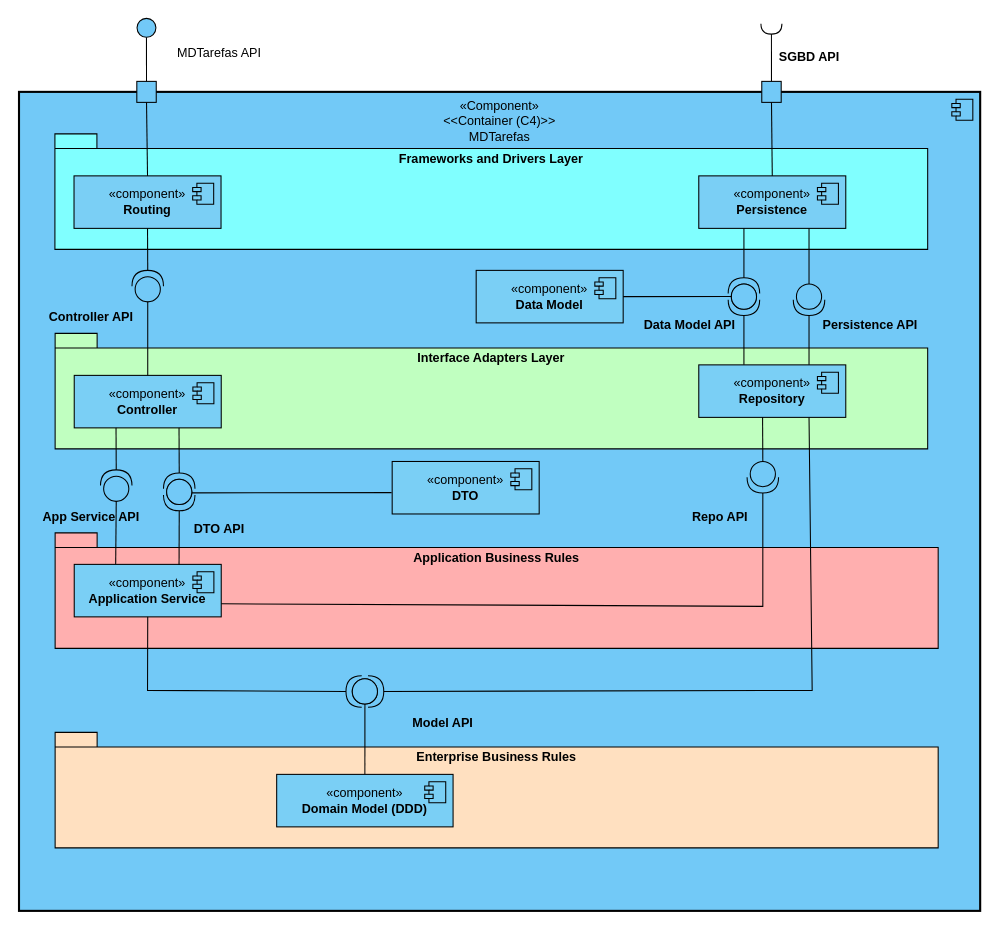
Above: docs/Sprint_C/N3/VL_MDTarefas.drawio in SEM5PI2324G58/sem5pi_g58_23_24 (draw.io), before the change. Source tidied: cells renumbered, new cells numbered last; positions are measured from the earlier drawing's top-left corner, leaving out a move shared by most shapes. Both pictures are drawn from the tidied source at 105%, with x=0, y=0 at pixel (19, 18).
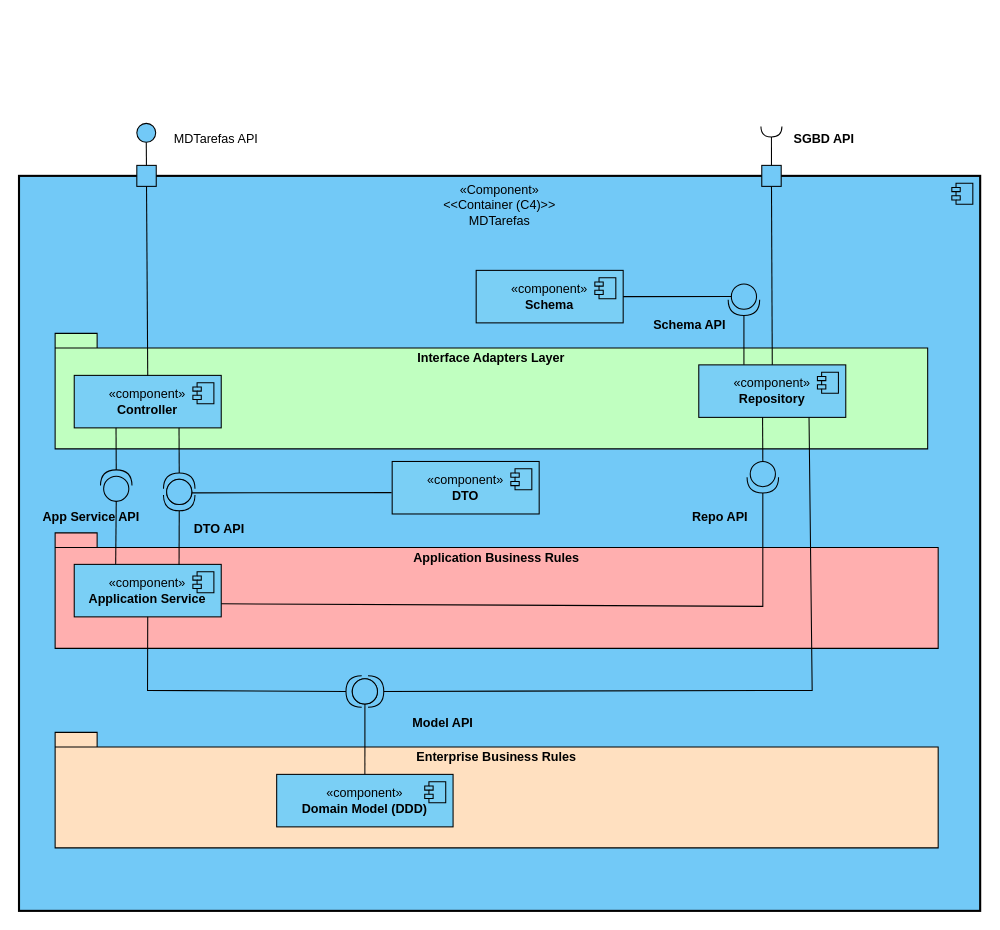
After the change.

Unchanged cells that the change refers to:
```xml
<mxCell id="14" value="«component»&lt;br&gt;&lt;b&gt;Controller&lt;/b&gt;" style="html=1;whiteSpace=wrap;fillColor=#7ACFF5;" parent="1" vertex="1">
  <mxGeometry x="52.2" y="340" width="140" height="50" as="geometry" />
</mxCell>
<mxCell id="19" value="«component»&lt;br&gt;&lt;b&gt;Repository&lt;/b&gt;" style="html=1;whiteSpace=wrap;fillColor=#7ACFF5;" parent="1" vertex="1">
  <mxGeometry x="647" y="330" width="140" height="50" as="geometry" />
</mxCell>
```

The edit, as a diff of the source:
```diff
@@
     <mxCell id="2" value="«Component»&lt;br&gt;&amp;lt;&amp;lt;Container (C4)&amp;gt;&amp;gt;&lt;br&gt;MDTarefas" style="html=1;whiteSpace=wrap;verticalAlign=top;fillColor=#72C9F7;strokeColor=#000000;strokeWidth=2;" parent="1" vertex="1">
-      <mxGeometry x="-0.4" y="70" width="915.4" height="780" as="geometry" />
+      <mxGeometry x="-0.4" y="150" width="915.4" height="700" as="geometry" />
     </mxCell>
@@
     <mxCell id="4" style="html=1;rounded=0;fillColor=#72C9F7;" parent="1" vertex="1">
-      <mxGeometry x="111.8" y="60" width="18.5" height="20" as="geometry" />
+      <mxGeometry x="111.8" y="140" width="18.5" height="20" as="geometry" />
     </mxCell>
@@
     <mxCell id="6" style="ellipse;html=1;fontSize=11;align=center;fillColor=#72C9F7;points=[];verticalAlign=bottom;labelPosition=center;verticalLabelPosition=top;flipH=1;rotation=0;" parent="1" vertex="1">
-      <mxGeometry x="112" width="18" height="18" as="geometry" />
+      <mxGeometry x="111.8" y="100" width="18" height="18" as="geometry" />
     </mxCell>
     <mxCell id="7" value="MDTarefas API" style="text;html=1;align=center;verticalAlign=middle;strokeColor=none;fillColor=none;" parent="1" vertex="1">
-      <mxGeometry x="140" y="18" width="100" height="30" as="geometry" />
+      <mxGeometry x="137.2" y="100" width="100" height="30" as="geometry" />
     </mxCell>
-    <mxCell id="8" value="Frameworks and Drivers Layer" style="shape=folder;fontStyle=1;spacingTop=10;tabWidth=40;tabHeight=14;tabPosition=left;html=1;whiteSpace=wrap;verticalAlign=top;fillColor=#80ffff;" parent="1" vertex="1">
-      <mxGeometry x="33.8" y="110" width="831.2" height="110" as="geometry" />
-    </mxCell>
-    <mxCell id="9" value="«component»&lt;br&gt;&lt;b&gt;Routing&lt;/b&gt;" style="html=1;whiteSpace=wrap;fillColor=#7ACFF5;" parent="1" vertex="1">
-      <mxGeometry x="52" y="150" width="140" height="50" as="geometry" />
-    </mxCell>
-    <mxCell id="10" style="shape=module;jettyWidth=8;jettyHeight=4;fillColor=#7ACFF5;" parent="9" vertex="1">
-      <mxGeometry x="1" width="20" height="20" relative="1" as="geometry">
-        <mxPoint x="-27" y="7" as="offset" />
-      </mxGeometry>
-    </mxCell>
-    <mxCell id="11" value="«component»&lt;br&gt;&lt;b&gt;Persistence&lt;/b&gt;" style="html=1;whiteSpace=wrap;fillColor=#7ACFF5;" parent="1" vertex="1">
-      <mxGeometry x="647" y="150" width="140" height="50" as="geometry" />
-    </mxCell>
-    <mxCell id="12" style="shape=module;jettyWidth=8;jettyHeight=4;fillColor=#7ACFF5;" parent="11" vertex="1">
-      <mxGeometry x="1" width="20" height="20" relative="1" as="geometry">
-        <mxPoint x="-27" y="7" as="offset" />
-      </mxGeometry>
-    </mxCell>
@@
-    <mxCell id="16" style="shape=providedRequiredInterface;html=1;verticalLabelPosition=bottom;sketch=0;rotation=-90;fillColor=#72c9f7;" parent="1" vertex="1">
-      <mxGeometry x="107.2" y="240" width="30" height="30" as="geometry" />
-    </mxCell>
-    <mxCell id="17" style="endArrow=none;html=1;rounded=0;exitX=1;exitY=0.5;exitDx=0;exitDy=0;exitPerimeter=0;entryX=0.5;entryY=1;entryDx=0;entryDy=0;" parent="1" edge="1" source="16" target="9">
-      <mxGeometry relative="1" as="geometry" />
-    </mxCell>
-    <mxCell id="18" style="endArrow=none;html=1;rounded=0;exitX=0.5;exitY=0;exitDx=0;exitDy=0;entryX=0;entryY=0.5;entryDx=0;entryDy=0;entryPerimeter=0;" parent="1" edge="1" source="14" target="16">
+    <mxCell id="18" style="endArrow=none;html=1;rounded=0;exitX=0.5;exitY=0;exitDx=0;exitDy=0;entryX=0.5;entryY=1;entryDx=0;entryDy=0;" parent="1" edge="1" source="14" target="4">
       <mxGeometry relative="1" as="geometry" />
     </mxCell>
@@
-    <mxCell id="43" value="Controller API" style="text;html=1;align=center;verticalAlign=middle;strokeColor=none;fillColor=none;fontStyle=1;" parent="1" vertex="1">
-      <mxGeometry x="18.2" y="270" width="100" height="30" as="geometry" />
-    </mxCell>
@@
-    <mxCell id="50" style="shape=providedRequiredInterface;html=1;verticalLabelPosition=bottom;sketch=0;rotation=90;fillColor=#72c9f7;" parent="1" vertex="1">
-      <mxGeometry x="737" y="253" width="30" height="30" as="geometry" />
-    </mxCell>
-    <mxCell id="51" style="endArrow=none;html=1;rounded=0;exitX=0;exitY=0.5;exitDx=0;exitDy=0;exitPerimeter=0;entryX=0.75;entryY=1;entryDx=0;entryDy=0;" parent="1" edge="1" source="50" target="11">
-      <mxGeometry relative="1" as="geometry" />
-    </mxCell>
-    <mxCell id="52" style="endArrow=none;html=1;rounded=0;exitX=1;exitY=0.5;exitDx=0;exitDy=0;exitPerimeter=0;entryX=0.75;entryY=0;entryDx=0;entryDy=0;" parent="1" edge="1" source="50" target="19">
+    <mxCell id="52" style="endArrow=none;html=1;rounded=0;exitX=0.5;exitY=1;exitDx=0;exitDy=0;entryX=0.5;entryY=0;entryDx=0;entryDy=0;" parent="1" edge="1" source="62" target="19">
       <mxGeometry relative="1" as="geometry" />
     </mxCell>
@@
-    <mxCell id="54" style="endArrow=none;html=1;rounded=0;exitX=1;exitY=0.5;exitDx=0;exitDy=0;exitPerimeter=0;entryX=0.75;entryY=1;entryDx=0;entryDy=0;" parent="1" edge="1" source="56">
-      <mxGeometry relative="1" as="geometry">
-        <mxPoint x="690" y="200" as="targetPoint" />
-      </mxGeometry>
-    </mxCell>
@@
-    <mxCell id="56" style="shape=providedRequiredInterface;html=1;verticalLabelPosition=bottom;sketch=0;rotation=-90;fillColor=#72c9f7;" parent="1" vertex="1">
-      <mxGeometry x="675" y="247" width="30" height="30" as="geometry" />
-    </mxCell>
-    <mxCell id="57" value="«component»&lt;br&gt;&lt;b&gt;Data Model&lt;/b&gt;" style="html=1;whiteSpace=wrap;fillColor=#7ACFF5;" parent="1" vertex="1">
+    <mxCell id="57" value="«component»&lt;br&gt;&lt;b&gt;Schema&lt;/b&gt;" style="html=1;whiteSpace=wrap;fillColor=#7ACFF5;" parent="1" vertex="1">
       <mxGeometry x="435" y="240" width="140" height="50" as="geometry" />
     </mxCell>
@@
-    <mxCell id="59" style="endArrow=none;html=1;rounded=0;exitX=0.405;exitY=0.108;exitDx=0;exitDy=0;exitPerimeter=0;entryX=1;entryY=0.5;entryDx=0;entryDy=0;" parent="1" edge="1" source="56" target="57">
-      <mxGeometry relative="1" as="geometry" />
+    <mxCell id="59" style="endArrow=none;html=1;rounded=0;exitX=0.405;exitY=0.108;exitDx=0;exitDy=0;exitPerimeter=0;entryX=1;entryY=0.5;entryDx=0;entryDy=0;" parent="1" edge="1" target="57">
+      <mxGeometry relative="1" as="geometry">
+        <mxPoint x="678.2" y="264.8" as="sourcePoint" />
+      </mxGeometry>
     </mxCell>
-    <mxCell id="60" value="Data Model API" style="text;html=1;align=center;verticalAlign=middle;strokeColor=none;fillColor=none;fontStyle=1;" parent="1" vertex="1">
-      <mxGeometry x="583" y="277" width="110" height="30" as="geometry" />
+    <mxCell id="60" value="Schema API" style="text;html=1;align=center;verticalAlign=middle;strokeColor=none;fillColor=none;fontStyle=1;" parent="1" vertex="1">
+      <mxGeometry x="593" y="277" width="90" height="30" as="geometry" />
     </mxCell>
-    <mxCell id="61" value="Persistence API" style="text;html=1;align=center;verticalAlign=middle;strokeColor=none;fillColor=none;fontStyle=1;" parent="1" vertex="1">
-      <mxGeometry x="755" y="277" width="110" height="30" as="geometry" />
-    </mxCell>
     <mxCell id="62" style="html=1;rounded=0;fillColor=#72C9F7;" parent="1" vertex="1">
-      <mxGeometry x="707" y="60" width="18.5" height="20" as="geometry" />
+      <mxGeometry x="707" y="140" width="18.5" height="20" as="geometry" />
     </mxCell>
@@
     <mxCell id="64" style="shape=requiredInterface;html=1;verticalLabelPosition=bottom;sketch=0;rotation=90;" parent="1" vertex="1">
-      <mxGeometry x="711.2" width="10" height="20" as="geometry" />
+      <mxGeometry x="711.2" y="98" width="10" height="20" as="geometry" />
     </mxCell>
-    <mxCell id="65" style="endArrow=none;html=1;rounded=0;align=center;verticalAlign=top;endFill=0;labelBackgroundColor=none;endSize=2;entryX=0.5;entryY=1;entryDx=0;entryDy=0;exitX=0.5;exitY=0;exitDx=0;exitDy=0;" parent="1" edge="1" source="11" target="62">
-      <mxGeometry relative="1" as="geometry" />
-    </mxCell>
     <mxCell id="66" value="SGBD API" style="text;html=1;align=center;verticalAlign=middle;strokeColor=none;fillColor=none;fontStyle=1;" parent="1" vertex="1">
-      <mxGeometry x="712" y="22" width="80" height="30" as="geometry" />
+      <mxGeometry x="725.5" y="100" width="80" height="30" as="geometry" />
     </mxCell>
-    <mxCell id="67" style="endArrow=none;html=1;rounded=0;exitX=0.5;exitY=0;exitDx=0;exitDy=0;entryX=0.5;entryY=1;entryDx=0;entryDy=0;" parent="1" edge="1" source="9" target="4">
-      <mxGeometry relative="1" as="geometry" />
-    </mxCell>
```
